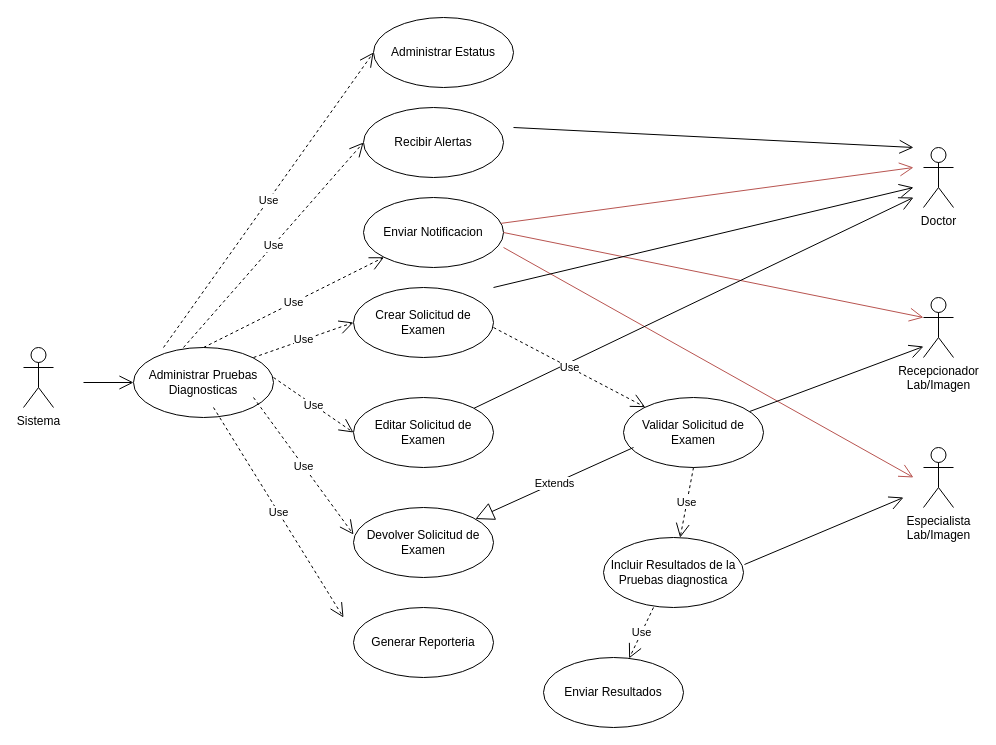
marguello86/Equipo1_MINSA keeps this draw.io diagram as page "CU General del Modulo Pruebas Diagnosticas" (8 of 14) of Diagramas de los Módulos.drawio. Above is the earlier version. Source tidied: cells renumbered, new cells numbered last; positions are measured from the earlier drawing's top-left corner, leaving out a move shared by most shapes. Both pictures are drawn from the tidied source at 100%, with x=0, y=0 at pixel (23, 17).
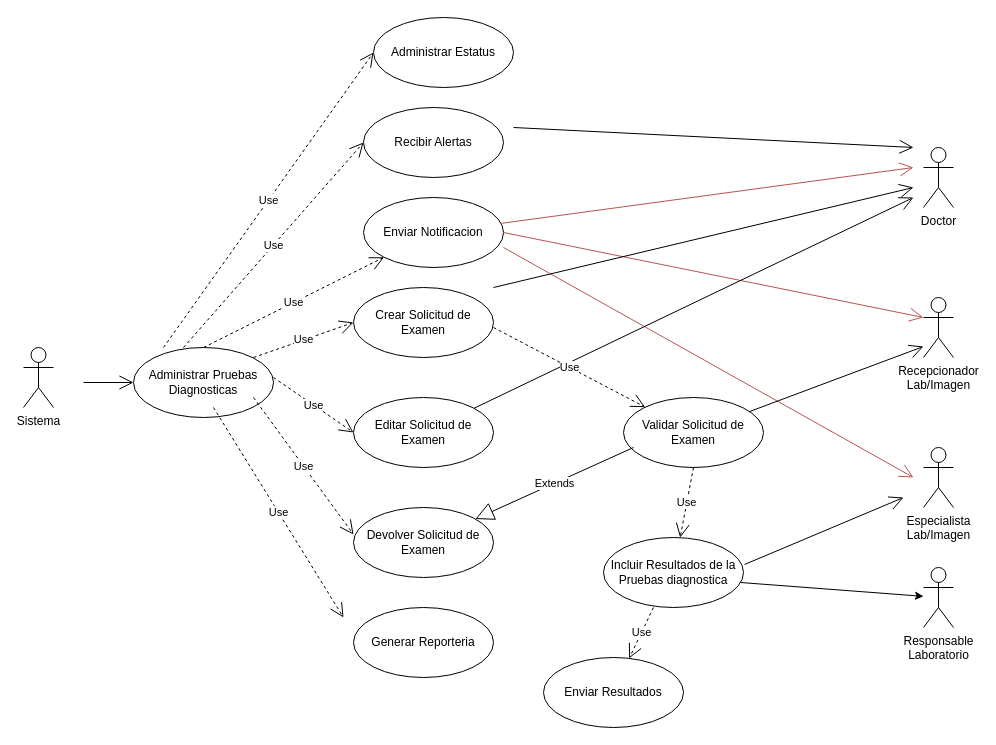
Above is the later version.

The change refers to these unchanged cells:
```xml
<mxCell id="21" value="Incluir Resultados de la Pruebas diagnostica" style="ellipse;whiteSpace=wrap;html=1;" parent="1" vertex="1">
  <mxGeometry x="580" y="520" width="140" height="70" as="geometry" />
</mxCell>
```

Change to the diagram source:
```diff
@@
+    <mxCell id="37" value="Responsable&lt;br&gt;Laboratorio" style="shape=umlActor;verticalLabelPosition=bottom;verticalAlign=top;html=1;" parent="1" vertex="1">
+      <mxGeometry x="900" y="550" width="30" height="60" as="geometry" />
+    </mxCell>
+    <mxCell id="38" style="endArrow=classic;html=1;rounded=0;exitX=0.979;exitY=0.643;exitDx=0;exitDy=0;exitPerimeter=0;" parent="1" edge="1" source="21" target="37">
+      <mxGeometry relative="1" as="geometry" />
+    </mxCell>
```
